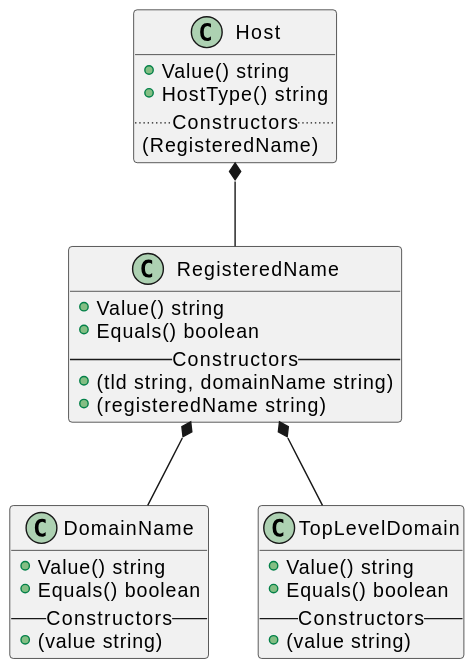
Above: diagrams/uri/host.svg in attestify/kernel-specification (PlantUML), before the change. Its diagram source:
```plantuml
@startuml

!include registered-name.puml

class Host {
+ Value() string
+ HostType() string
.. Constructors ..
(RegisteredName)
}

Host *-- RegisteredName

@enduml
```
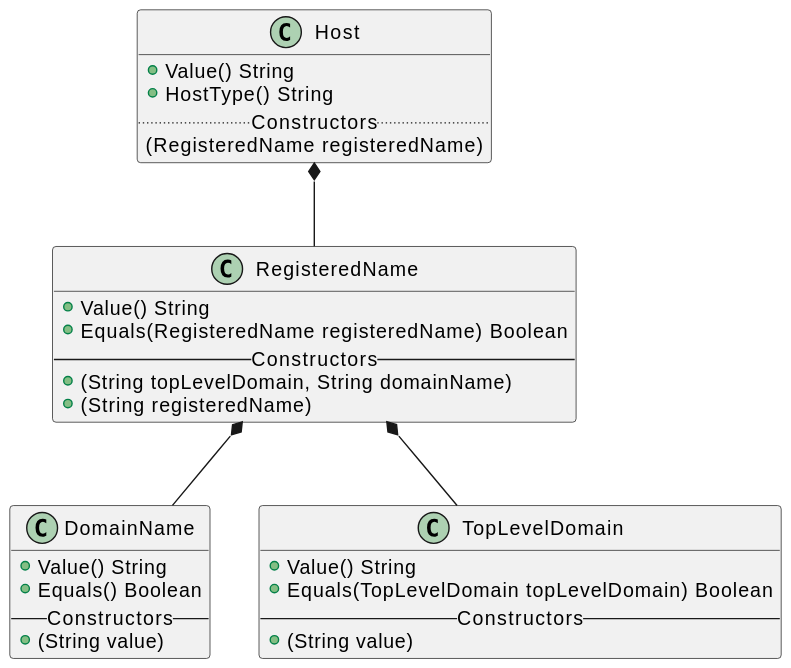
After the change.

Change to the diagram source:
```diff
@@ -3,10 +3,10 @@
 !include registered-name.puml
 
 class Host {
-+ Value() string
-+ HostType() string
++ Value() String
++ HostType() String
 .. Constructors ..
-(RegisteredName)
+(RegisteredName registeredName)
 }
 
 Host *-- RegisteredName
```
